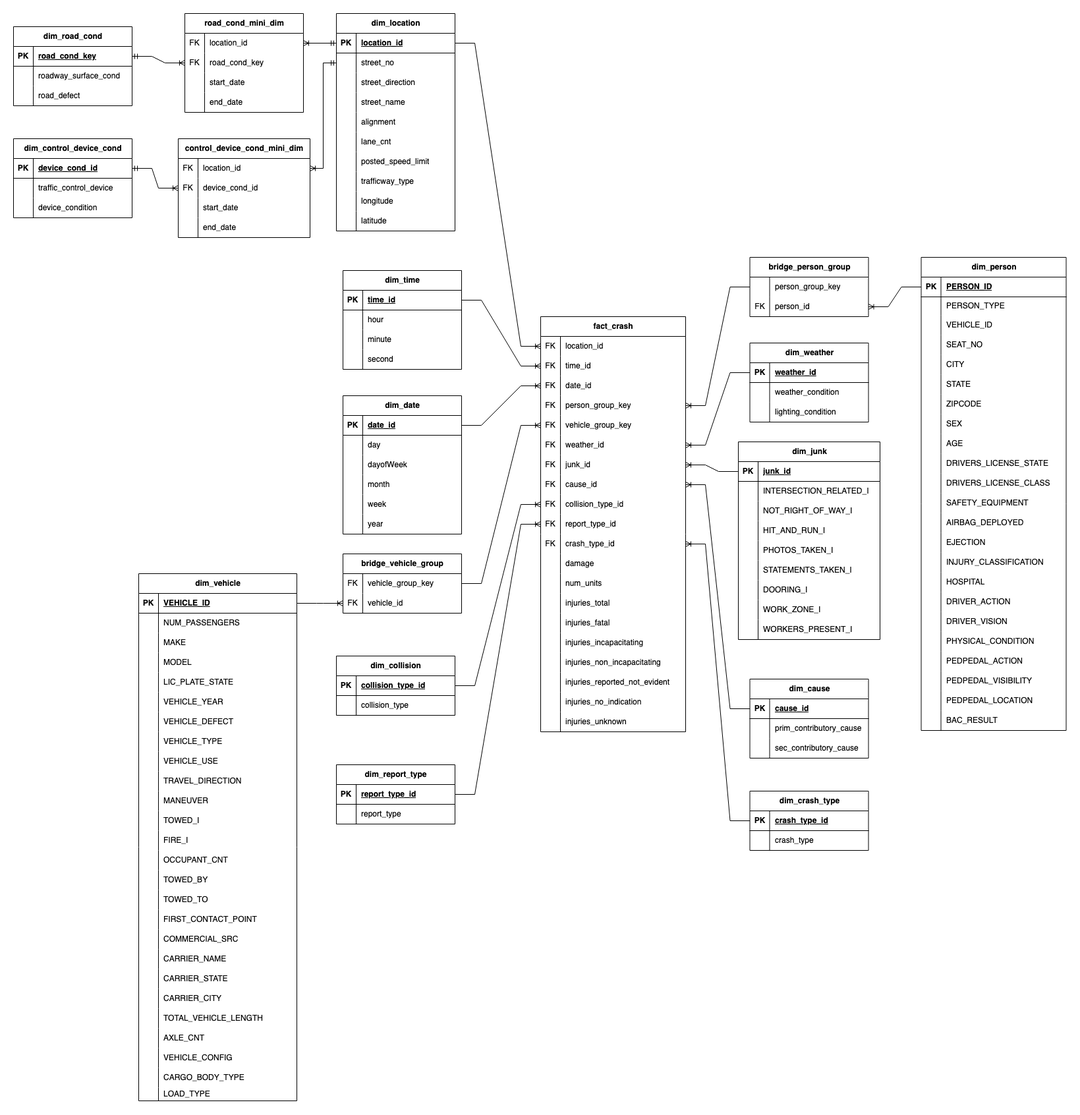
Earlier version of the draw.io export images/Chicago Car Crash Diagram.png (dnnhhuy/chicago-crash-data-modeling). Source tidied: cells renumbered, new cells last; positions are measured from the earlier drawing's top-left corner, leaving out a move shared by most shapes.
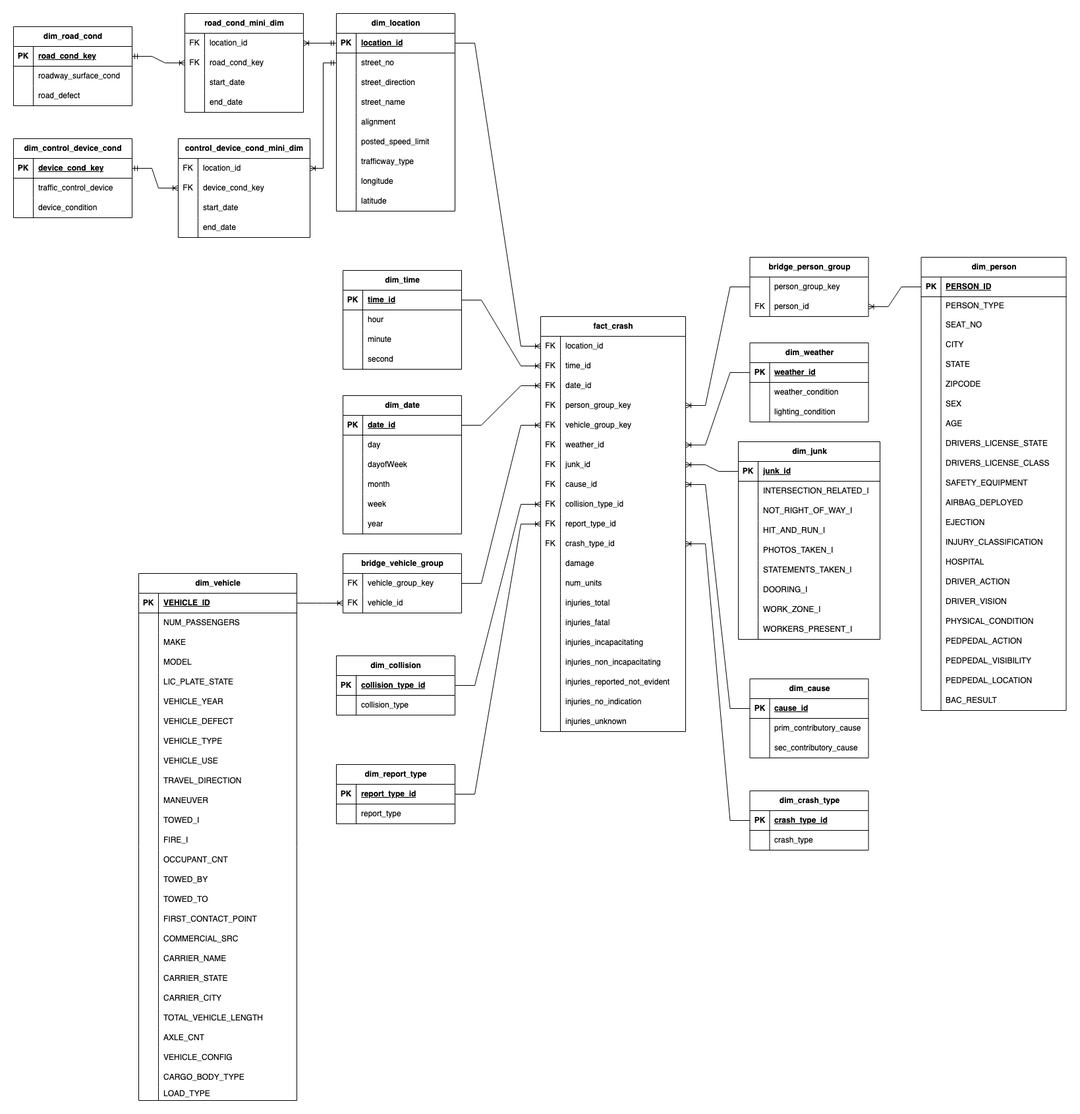
The same file after the commit.

What changed in the source:
```diff
@@ -3,7 +3,7 @@
     <mxCell id="0" />
     <mxCell id="1" parent="0" />
     <mxCell id="2" value="dim_person" style="shape=table;startSize=30;rowLines=0;fontStyle=1;align=center;html=1;" parent="1" vertex="1">
-      <mxGeometry x="1377.5" y="370" width="220" height="718" as="geometry" />
+      <mxGeometry x="1377.5" y="370" width="220" height="688" as="geometry" />
     </mxCell>
     <mxCell id="3" style="shape=tableRow;horizontal=0;startSize=0;swimlaneHead=0;swimlaneBody=0;fillColor=none;points=[[0,0.5],[1,0.5]];portConstraint=eastwest;top=0;left=0;right=0;bottom=1;" parent="2" vertex="1">
       <mxGeometry y="30" width="220" height="30" as="geometry" />
@@ -23,17 +23,8 @@
     <mxCell id="8" value="PERSON_TYPE" style="shape=partialRectangle;fillColor=none;top=0;left=0;bottom=0;right=0;align=left;spacingLeft=6;overflow=hidden;whiteSpace=wrap;html=1;" parent="6" vertex="1">
       <mxGeometry x="30" width="190" height="28" as="geometry" />
     </mxCell>
-    <mxCell id="9" style="shape=tableRow;horizontal=0;startSize=0;swimlaneHead=0;swimlaneBody=0;fillColor=none;top=0;left=0;right=0;bottom=0;" parent="2" vertex="1">
-      <mxGeometry y="88" width="220" height="30" as="geometry" />
-    </mxCell>
-    <mxCell id="10" style="shape=partialRectangle;fillColor=none;top=0;left=0;bottom=0;right=0;overflow=hidden;whiteSpace=wrap;html=1;" parent="9" vertex="1">
-      <mxGeometry width="30" height="30" as="geometry" />
-    </mxCell>
-    <mxCell id="11" value="VEHICLE_ID" style="shape=partialRectangle;fillColor=none;top=0;left=0;bottom=0;right=0;align=left;spacingLeft=6;overflow=hidden;whiteSpace=wrap;html=1;" parent="9" vertex="1">
-      <mxGeometry x="30" width="190" height="30" as="geometry" />
-    </mxCell>
     <mxCell id="12" style="shape=tableRow;horizontal=0;startSize=0;swimlaneHead=0;swimlaneBody=0;fillColor=none;top=0;left=0;right=0;bottom=0;" parent="2" vertex="1">
-      <mxGeometry y="118" width="220" height="30" as="geometry" />
+      <mxGeometry y="88" width="220" height="30" as="geometry" />
     </mxCell>
     <mxCell id="13" style="shape=partialRectangle;fillColor=none;top=0;left=0;bottom=0;right=0;overflow=hidden;whiteSpace=wrap;html=1;" parent="12" vertex="1">
       <mxGeometry width="30" height="30" as="geometry" />
@@ -42,7 +33,7 @@
       <mxGeometry x="30" width="190" height="30" as="geometry" />
     </mxCell>
     <mxCell id="15" style="shape=tableRow;horizontal=0;startSize=0;swimlaneHead=0;swimlaneBody=0;fillColor=none;top=0;left=0;right=0;bottom=0;" parent="2" vertex="1">
-      <mxGeometry y="148" width="220" height="30" as="geometry" />
+      <mxGeometry y="118" width="220" height="30" as="geometry" />
     </mxCell>
     <mxCell id="16" style="shape=partialRectangle;fillColor=none;top=0;left=0;bottom=0;right=0;overflow=hidden;whiteSpace=wrap;html=1;" parent="15" vertex="1">
       <mxGeometry width="30" height="30" as="geometry" />
@@ -51,7 +42,7 @@
       <mxGeometry x="30" width="190" height="30" as="geometry" />
     </mxCell>
     <mxCell id="18" style="shape=tableRow;horizontal=0;startSize=0;swimlaneHead=0;swimlaneBody=0;fillColor=none;top=0;left=0;right=0;bottom=0;" parent="2" vertex="1">
-      <mxGeometry y="178" width="220" height="30" as="geometry" />
+      <mxGeometry y="148" width="220" height="30" as="geometry" />
     </mxCell>
     <mxCell id="19" style="shape=partialRectangle;fillColor=none;top=0;left=0;bottom=0;right=0;overflow=hidden;whiteSpace=wrap;html=1;" parent="18" vertex="1">
       <mxGeometry width="30" height="30" as="geometry" />
@@ -60,7 +51,7 @@
       <mxGeometry x="30" width="190" height="30" as="geometry" />
     </mxCell>
     <mxCell id="21" style="shape=tableRow;horizontal=0;startSize=0;swimlaneHead=0;swimlaneBody=0;fillColor=none;top=0;left=0;right=0;bottom=0;" parent="2" vertex="1">
-      <mxGeometry y="208" width="220" height="30" as="geometry" />
+      <mxGeometry y="178" width="220" height="30" as="geometry" />
     </mxCell>
     <mxCell id="22" style="shape=partialRectangle;fillColor=none;top=0;left=0;bottom=0;right=0;overflow=hidden;whiteSpace=wrap;html=1;" parent="21" vertex="1">
       <mxGeometry width="30" height="30" as="geometry" />
@@ -69,7 +60,7 @@
       <mxGeometry x="30" width="190" height="30" as="geometry" />
     </mxCell>
     <mxCell id="24" style="shape=tableRow;horizontal=0;startSize=0;swimlaneHead=0;swimlaneBody=0;fillColor=none;top=0;left=0;right=0;bottom=0;" parent="2" vertex="1">
-      <mxGeometry y="238" width="220" height="30" as="geometry" />
+      <mxGeometry y="208" width="220" height="30" as="geometry" />
     </mxCell>
     <mxCell id="25" style="shape=partialRectangle;fillColor=none;top=0;left=0;bottom=0;right=0;overflow=hidden;whiteSpace=wrap;html=1;" parent="24" vertex="1">
       <mxGeometry width="30" height="30" as="geometry" />
@@ -78,7 +69,7 @@
       <mxGeometry x="30" width="190" height="30" as="geometry" />
     </mxCell>
     <mxCell id="27" style="shape=tableRow;horizontal=0;startSize=0;swimlaneHead=0;swimlaneBody=0;fillColor=none;top=0;left=0;right=0;bottom=0;" parent="2" vertex="1">
-      <mxGeometry y="268" width="220" height="30" as="geometry" />
+      <mxGeometry y="238" width="220" height="30" as="geometry" />
     </mxCell>
     <mxCell id="28" style="shape=partialRectangle;fillColor=none;top=0;left=0;bottom=0;right=0;overflow=hidden;whiteSpace=wrap;html=1;" parent="27" vertex="1">
       <mxGeometry width="30" height="30" as="geometry" />
@@ -87,7 +78,7 @@
       <mxGeometry x="30" width="190" height="30" as="geometry" />
     </mxCell>
     <mxCell id="30" style="shape=tableRow;horizontal=0;startSize=0;swimlaneHead=0;swimlaneBody=0;fillColor=none;top=0;left=0;right=0;bottom=0;" parent="2" vertex="1">
-      <mxGeometry y="298" width="220" height="30" as="geometry" />
+      <mxGeometry y="268" width="220" height="30" as="geometry" />
     </mxCell>
     <mxCell id="31" style="shape=partialRectangle;fillColor=none;top=0;left=0;bottom=0;right=0;overflow=hidden;whiteSpace=wrap;html=1;" parent="30" vertex="1">
       <mxGeometry width="30" height="30" as="geometry" />
@@ -96,7 +87,7 @@
       <mxGeometry x="30" width="190" height="30" as="geometry" />
     </mxCell>
     <mxCell id="33" style="shape=tableRow;horizontal=0;startSize=0;swimlaneHead=0;swimlaneBody=0;fillColor=none;top=0;left=0;right=0;bottom=0;" parent="2" vertex="1">
-      <mxGeometry y="328" width="220" height="30" as="geometry" />
+      <mxGeometry y="298" width="220" height="30" as="geometry" />
     </mxCell>
     <mxCell id="34" style="shape=partialRectangle;fillColor=none;top=0;left=0;bottom=0;right=0;overflow=hidden;whiteSpace=wrap;html=1;" parent="33" vertex="1">
       <mxGeometry width="30" height="30" as="geometry" />
@@ -105,7 +96,7 @@
       <mxGeometry x="30" width="190" height="30" as="geometry" />
     </mxCell>
     <mxCell id="36" style="shape=tableRow;horizontal=0;startSize=0;swimlaneHead=0;swimlaneBody=0;fillColor=none;top=0;left=0;right=0;bottom=0;" parent="2" vertex="1">
-      <mxGeometry y="358" width="220" height="30" as="geometry" />
+      <mxGeometry y="328" width="220" height="30" as="geometry" />
     </mxCell>
     <mxCell id="37" style="shape=partialRectangle;fillColor=none;top=0;left=0;bottom=0;right=0;overflow=hidden;whiteSpace=wrap;html=1;" parent="36" vertex="1">
       <mxGeometry width="30" height="30" as="geometry" />
@@ -114,7 +105,7 @@
       <mxGeometry x="30" width="190" height="30" as="geometry" />
     </mxCell>
     <mxCell id="39" style="shape=tableRow;horizontal=0;startSize=0;swimlaneHead=0;swimlaneBody=0;fillColor=none;top=0;left=0;right=0;bottom=0;" parent="2" vertex="1">
-      <mxGeometry y="388" width="220" height="30" as="geometry" />
+      <mxGeometry y="358" width="220" height="30" as="geometry" />
     </mxCell>
     <mxCell id="40" style="shape=partialRectangle;fillColor=none;top=0;left=0;bottom=0;right=0;overflow=hidden;whiteSpace=wrap;html=1;" parent="39" vertex="1">
       <mxGeometry width="30" height="30" as="geometry" />
@@ -123,7 +114,7 @@
       <mxGeometry x="30" width="190" height="30" as="geometry" />
     </mxCell>
     <mxCell id="42" style="shape=tableRow;horizontal=0;startSize=0;swimlaneHead=0;swimlaneBody=0;fillColor=none;top=0;left=0;right=0;bottom=0;" parent="2" vertex="1">
-      <mxGeometry y="418" width="220" height="30" as="geometry" />
+      <mxGeometry y="388" width="220" height="30" as="geometry" />
     </mxCell>
     <mxCell id="43" style="shape=partialRectangle;fillColor=none;top=0;left=0;bottom=0;right=0;overflow=hidden;whiteSpace=wrap;html=1;" parent="42" vertex="1">
       <mxGeometry width="30" height="30" as="geometry" />
@@ -132,7 +123,7 @@
       <mxGeometry x="30" width="190" height="30" as="geometry" />
     </mxCell>
     <mxCell id="45" style="shape=tableRow;horizontal=0;startSize=0;swimlaneHead=0;swimlaneBody=0;fillColor=none;top=0;left=0;right=0;bottom=0;" parent="2" vertex="1">
-      <mxGeometry y="448" width="220" height="30" as="geometry" />
+      <mxGeometry y="418" width="220" height="30" as="geometry" />
     </mxCell>
     <mxCell id="46" style="shape=partialRectangle;fillColor=none;top=0;left=0;bottom=0;right=0;overflow=hidden;whiteSpace=wrap;html=1;" parent="45" vertex="1">
       <mxGeometry width="30" height="30" as="geometry" />
@@ -141,7 +132,7 @@
       <mxGeometry x="30" width="190" height="30" as="geometry" />
     </mxCell>
     <mxCell id="48" style="shape=tableRow;horizontal=0;startSize=0;swimlaneHead=0;swimlaneBody=0;fillColor=none;top=0;left=0;right=0;bottom=0;" parent="2" vertex="1">
-      <mxGeometry y="478" width="220" height="30" as="geometry" />
+      <mxGeometry y="448" width="220" height="30" as="geometry" />
     </mxCell>
     <mxCell id="49" style="shape=partialRectangle;fillColor=none;top=0;left=0;bottom=0;right=0;overflow=hidden;whiteSpace=wrap;html=1;" parent="48" vertex="1">
       <mxGeometry width="30" height="30" as="geometry" />
@@ -150,7 +141,7 @@
       <mxGeometry x="30" width="190" height="30" as="geometry" />
     </mxCell>
     <mxCell id="51" style="shape=tableRow;horizontal=0;startSize=0;swimlaneHead=0;swimlaneBody=0;fillColor=none;top=0;left=0;right=0;bottom=0;" parent="2" vertex="1">
-      <mxGeometry y="508" width="220" height="30" as="geometry" />
+      <mxGeometry y="478" width="220" height="30" as="geometry" />
     </mxCell>
     <mxCell id="52" style="shape=partialRectangle;fillColor=none;top=0;left=0;bottom=0;right=0;overflow=hidden;whiteSpace=wrap;html=1;" parent="51" vertex="1">
       <mxGeometry width="30" height="30" as="geometry" />
@@ -159,7 +150,7 @@
       <mxGeometry x="30" width="190" height="30" as="geometry" />
     </mxCell>
     <mxCell id="54" style="shape=tableRow;horizontal=0;startSize=0;swimlaneHead=0;swimlaneBody=0;fillColor=none;top=0;left=0;right=0;bottom=0;" parent="2" vertex="1">
-      <mxGeometry y="538" width="220" height="30" as="geometry" />
+      <mxGeometry y="508" width="220" height="30" as="geometry" />
     </mxCell>
     <mxCell id="55" style="shape=partialRectangle;fillColor=none;top=0;left=0;bottom=0;right=0;overflow=hidden;whiteSpace=wrap;html=1;" parent="54" vertex="1">
       <mxGeometry width="30" height="30" as="geometry" />
@@ -168,7 +159,7 @@
       <mxGeometry x="30" width="190" height="30" as="geometry" />
     </mxCell>
     <mxCell id="57" style="shape=tableRow;horizontal=0;startSize=0;swimlaneHead=0;swimlaneBody=0;fillColor=none;top=0;left=0;right=0;bottom=0;" parent="2" vertex="1">
-      <mxGeometry y="568" width="220" height="30" as="geometry" />
+      <mxGeometry y="538" width="220" height="30" as="geometry" />
     </mxCell>
     <mxCell id="58" style="shape=partialRectangle;fillColor=none;top=0;left=0;bottom=0;right=0;overflow=hidden;whiteSpace=wrap;html=1;" parent="57" vertex="1">
       <mxGeometry width="30" height="30" as="geometry" />
@@ -177,7 +168,7 @@
       <mxGeometry x="30" width="190" height="30" as="geometry" />
     </mxCell>
     <mxCell id="60" style="shape=tableRow;horizontal=0;startSize=0;swimlaneHead=0;swimlaneBody=0;fillColor=none;top=0;left=0;right=0;bottom=0;" parent="2" vertex="1">
-      <mxGeometry y="598" width="220" height="30" as="geometry" />
+      <mxGeometry y="568" width="220" height="30" as="geometry" />
     </mxCell>
     <mxCell id="61" style="shape=partialRectangle;fillColor=none;top=0;left=0;bottom=0;right=0;overflow=hidden;whiteSpace=wrap;html=1;" parent="60" vertex="1">
       <mxGeometry width="30" height="30" as="geometry" />
@@ -186,7 +177,7 @@
       <mxGeometry x="30" width="190" height="30" as="geometry" />
     </mxCell>
     <mxCell id="63" style="shape=tableRow;horizontal=0;startSize=0;swimlaneHead=0;swimlaneBody=0;fillColor=none;top=0;left=0;right=0;bottom=0;" parent="2" vertex="1">
-      <mxGeometry y="628" width="220" height="30" as="geometry" />
+      <mxGeometry y="598" width="220" height="30" as="geometry" />
     </mxCell>
     <mxCell id="64" style="shape=partialRectangle;fillColor=none;top=0;left=0;bottom=0;right=0;overflow=hidden;whiteSpace=wrap;html=1;" parent="63" vertex="1">
       <mxGeometry width="30" height="30" as="geometry" />
@@ -195,7 +186,7 @@
       <mxGeometry x="30" width="190" height="30" as="geometry" />
     </mxCell>
     <mxCell id="66" style="shape=tableRow;horizontal=0;startSize=0;swimlaneHead=0;swimlaneBody=0;fillColor=none;top=0;left=0;right=0;bottom=0;" parent="2" vertex="1">
-      <mxGeometry y="658" width="220" height="30" as="geometry" />
+      <mxGeometry y="628" width="220" height="30" as="geometry" />
     </mxCell>
     <mxCell id="67" style="shape=partialRectangle;fillColor=none;top=0;left=0;bottom=0;right=0;overflow=hidden;whiteSpace=wrap;html=1;" parent="66" vertex="1">
       <mxGeometry width="30" height="30" as="geometry" />
@@ -204,7 +195,7 @@
       <mxGeometry x="30" width="190" height="30" as="geometry" />
     </mxCell>
     <mxCell id="69" style="shape=tableRow;horizontal=0;startSize=0;swimlaneHead=0;swimlaneBody=0;fillColor=none;top=0;left=0;right=0;bottom=0;" parent="2" vertex="1">
-      <mxGeometry y="688" width="220" height="30" as="geometry" />
+      <mxGeometry y="658" width="220" height="30" as="geometry" />
     </mxCell>
     <mxCell id="70" style="shape=partialRectangle;fillColor=none;top=0;left=0;bottom=0;right=0;overflow=hidden;whiteSpace=wrap;html=1;" parent="69" vertex="1">
       <mxGeometry width="30" height="30" as="geometry" />
@@ -729,7 +720,7 @@
       <mxGeometry x="30" width="210" height="20" as="geometry" />
     </mxCell>
     <mxCell id="244" value="dim_location" style="shape=table;startSize=30;rowLines=0;fontStyle=1;align=center;html=1;" parent="1" vertex="1">
-      <mxGeometry x="490" width="180" height="330" as="geometry" />
+      <mxGeometry x="490" width="180" height="300" as="geometry" />
     </mxCell>
     <mxCell id="245" style="shape=tableRow;horizontal=0;startSize=0;swimlaneHead=0;swimlaneBody=0;fillColor=none;points=[[0,0.5],[1,0.5]];portConstraint=eastwest;top=0;left=0;right=0;bottom=1;" parent="244" vertex="1">
       <mxGeometry y="30" width="180" height="30" as="geometry" />
@@ -776,17 +767,8 @@
     <mxCell id="259" value="alignment" style="shape=partialRectangle;fillColor=none;top=0;left=0;bottom=0;right=0;align=left;spacingLeft=6;overflow=hidden;whiteSpace=wrap;html=1;" parent="257" vertex="1">
       <mxGeometry x="30" width="150" height="30" as="geometry" />
     </mxCell>
-    <mxCell id="260" style="shape=tableRow;horizontal=0;startSize=0;swimlaneHead=0;swimlaneBody=0;fillColor=none;top=0;left=0;right=0;bottom=0;" parent="244" vertex="1">
-      <mxGeometry y="180" width="180" height="30" as="geometry" />
-    </mxCell>
-    <mxCell id="261" style="shape=partialRectangle;fillColor=none;top=0;left=0;bottom=0;right=0;overflow=hidden;whiteSpace=wrap;html=1;" parent="260" vertex="1">
-      <mxGeometry width="30" height="30" as="geometry" />
-    </mxCell>
-    <mxCell id="262" value="lane_cnt" style="shape=partialRectangle;fillColor=none;top=0;left=0;bottom=0;right=0;align=left;spacingLeft=6;overflow=hidden;whiteSpace=wrap;html=1;" parent="260" vertex="1">
-      <mxGeometry x="30" width="150" height="30" as="geometry" />
-    </mxCell>
     <mxCell id="263" style="shape=tableRow;horizontal=0;startSize=0;swimlaneHead=0;swimlaneBody=0;fillColor=none;top=0;left=0;right=0;bottom=0;" parent="244" vertex="1">
-      <mxGeometry y="210" width="180" height="30" as="geometry" />
+      <mxGeometry y="180" width="180" height="30" as="geometry" />
     </mxCell>
     <mxCell id="264" style="shape=partialRectangle;fillColor=none;top=0;left=0;bottom=0;right=0;overflow=hidden;whiteSpace=wrap;html=1;" parent="263" vertex="1">
       <mxGeometry width="30" height="30" as="geometry" />
@@ -795,7 +777,7 @@
       <mxGeometry x="30" width="150" height="30" as="geometry" />
     </mxCell>
     <mxCell id="266" style="shape=tableRow;horizontal=0;startSize=0;swimlaneHead=0;swimlaneBody=0;fillColor=none;top=0;left=0;right=0;bottom=0;" parent="244" vertex="1">
-      <mxGeometry y="240" width="180" height="30" as="geometry" />
+      <mxGeometry y="210" width="180" height="30" as="geometry" />
     </mxCell>
     <mxCell id="267" style="shape=partialRectangle;fillColor=none;top=0;left=0;bottom=0;right=0;overflow=hidden;whiteSpace=wrap;html=1;" parent="266" vertex="1">
       <mxGeometry width="30" height="30" as="geometry" />
@@ -804,7 +786,7 @@
       <mxGeometry x="30" width="150" height="30" as="geometry" />
     </mxCell>
     <mxCell id="269" style="shape=tableRow;horizontal=0;startSize=0;swimlaneHead=0;swimlaneBody=0;fillColor=none;top=0;left=0;right=0;bottom=0;" parent="244" vertex="1">
-      <mxGeometry y="270" width="180" height="30" as="geometry" />
+      <mxGeometry y="240" width="180" height="30" as="geometry" />
     </mxCell>
     <mxCell id="270" style="shape=partialRectangle;fillColor=none;top=0;left=0;bottom=0;right=0;overflow=hidden;whiteSpace=wrap;html=1;" parent="269" vertex="1">
       <mxGeometry width="30" height="30" as="geometry" />
@@ -813,7 +795,7 @@
       <mxGeometry x="30" width="150" height="30" as="geometry" />
     </mxCell>
     <mxCell id="272" style="shape=tableRow;horizontal=0;startSize=0;swimlaneHead=0;swimlaneBody=0;fillColor=none;top=0;left=0;right=0;bottom=0;" parent="244" vertex="1">
-      <mxGeometry y="300" width="180" height="30" as="geometry" />
+      <mxGeometry y="270" width="180" height="30" as="geometry" />
     </mxCell>
     <mxCell id="273" style="shape=partialRectangle;fillColor=none;top=0;left=0;bottom=0;right=0;overflow=hidden;whiteSpace=wrap;html=1;" parent="272" vertex="1">
       <mxGeometry width="30" height="30" as="geometry" />
@@ -986,7 +968,7 @@
     <mxCell id="329" value="PK" style="shape=partialRectangle;fillColor=none;top=0;left=0;bottom=0;right=0;fontStyle=1;overflow=hidden;whiteSpace=wrap;html=1;" parent="328" vertex="1">
       <mxGeometry width="30" height="30" as="geometry" />
     </mxCell>
-    <mxCell id="330" value="device_cond_id" style="shape=partialRectangle;fillColor=none;top=0;left=0;bottom=0;right=0;align=left;spacingLeft=6;fontStyle=5;overflow=hidden;whiteSpace=wrap;html=1;" parent="328" vertex="1">
+    <mxCell id="330" value="device_cond_key" style="shape=partialRectangle;fillColor=none;top=0;left=0;bottom=0;right=0;align=left;spacingLeft=6;fontStyle=5;overflow=hidden;whiteSpace=wrap;html=1;" parent="328" vertex="1">
       <mxGeometry x="30" width="150" height="30" as="geometry" />
     </mxCell>
     <mxCell id="331" style="shape=tableRow;horizontal=0;startSize=0;swimlaneHead=0;swimlaneBody=0;fillColor=none;top=0;left=0;right=0;bottom=0;" parent="327" vertex="1">
@@ -1214,7 +1196,7 @@
     <mxCell id="405" value="FK" style="shape=partialRectangle;fillColor=none;top=0;left=0;bottom=0;right=0;overflow=hidden;whiteSpace=wrap;html=1;" parent="404" vertex="1">
       <mxGeometry width="30" height="30" as="geometry" />
     </mxCell>
-    <mxCell id="406" value="device_cond_id" style="shape=partialRectangle;fillColor=none;top=0;left=0;bottom=0;right=0;align=left;spacingLeft=6;overflow=hidden;whiteSpace=wrap;html=1;" parent="404" vertex="1">
+    <mxCell id="406" value="device_cond_key" style="shape=partialRectangle;fillColor=none;top=0;left=0;bottom=0;right=0;align=left;spacingLeft=6;overflow=hidden;whiteSpace=wrap;html=1;" parent="404" vertex="1">
       <mxGeometry x="30" width="170" height="30" as="geometry" />
     </mxCell>
     <mxCell id="407" style="shape=tableRow;horizontal=0;startSize=0;swimlaneHead=0;swimlaneBody=0;fillColor=none;top=0;left=0;right=0;bottom=0;" parent="400" vertex="1">
```
